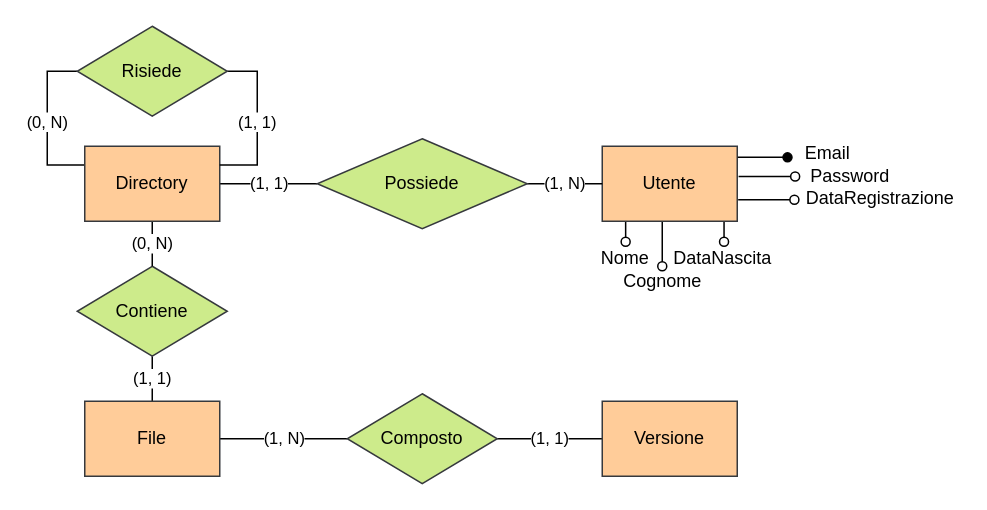
The draw.io diagram page "Scheletro" (2 of 9) of Concettuale/db.drawio in alemazzo/CloudStoreDB, before the edit. Source tidied: cells renumbered, new cells numbered last; positions are measured from the earlier drawing's top-left corner, leaving out a move shared by most shapes. Both pictures are drawn from the tidied source at 150%, with x=0, y=0 at pixel (76, 26).
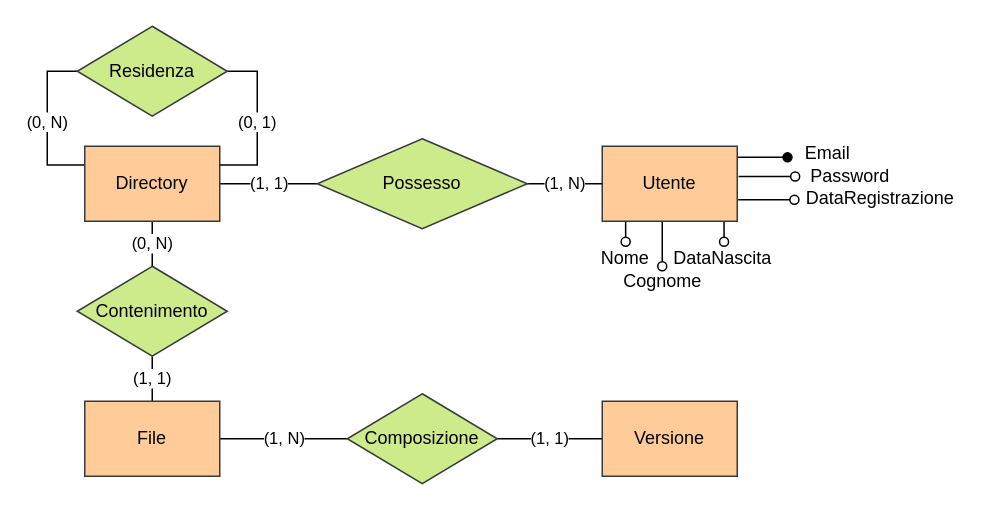
The same page after the edit.

The change refers to these unchanged cells:
```xml
<mxCell id="13" value="Directory" style="whiteSpace=wrap;html=1;align=center;fillColor=#ffcc99;strokeColor=#36393d;" parent="1" vertex="1">
  <mxGeometry x="5" y="80" width="90" height="50" as="geometry" />
</mxCell>
```

The edit, as a diff of the source:
```diff
@@
-    <mxCell id="7" value="Contiene" style="shape=rhombus;perimeter=rhombusPerimeter;whiteSpace=wrap;html=1;align=center;fillColor=#cdeb8b;strokeColor=#36393d;" parent="1" vertex="1">
+    <mxCell id="7" value="Contenimento" style="shape=rhombus;perimeter=rhombusPerimeter;whiteSpace=wrap;html=1;align=center;fillColor=#cdeb8b;strokeColor=#36393d;" parent="1" vertex="1">
       <mxGeometry y="160" width="100" height="60" as="geometry" />
     </mxCell>
@@
-    <mxCell id="14" value="(1, 1)" style="edgeStyle=orthogonalEdgeStyle;rounded=0;jettySize=auto;html=1;exitX=1;exitY=0.5;exitDx=0;exitDy=0;entryX=1;entryY=0.25;entryDx=0;entryDy=0;endArrow=none;endFill=0;" parent="1" edge="1" source="15" target="13">
+    <mxCell id="14" value="(0, 1)" style="edgeStyle=orthogonalEdgeStyle;rounded=0;jettySize=auto;html=1;exitX=1;exitY=0.5;exitDx=0;exitDy=0;entryX=1;entryY=0.25;entryDx=0;entryDy=0;endArrow=none;endFill=0;" parent="1" edge="1" source="15" target="13">
       <mxGeometry relative="1" as="geometry" />
     </mxCell>
-    <mxCell id="15" value="Risiede" style="shape=rhombus;perimeter=rhombusPerimeter;whiteSpace=wrap;html=1;align=center;fillColor=#cdeb8b;strokeColor=#36393d;" parent="1" vertex="1">
+    <mxCell id="15" value="Residenza" style="shape=rhombus;perimeter=rhombusPerimeter;whiteSpace=wrap;html=1;align=center;fillColor=#cdeb8b;strokeColor=#36393d;" parent="1" vertex="1">
       <mxGeometry width="100" height="60" as="geometry" />
     </mxCell>
@@
-    <mxCell id="17" value="Possiede" style="shape=rhombus;perimeter=rhombusPerimeter;whiteSpace=wrap;html=1;align=center;fillColor=#cdeb8b;strokeColor=#36393d;" parent="1" vertex="1">
+    <mxCell id="17" value="Possesso" style="shape=rhombus;perimeter=rhombusPerimeter;whiteSpace=wrap;html=1;align=center;fillColor=#cdeb8b;strokeColor=#36393d;" parent="1" vertex="1">
       <mxGeometry x="160" y="75" width="140" height="60" as="geometry" />
     </mxCell>
@@
-    <mxCell id="19" value="Composto" style="shape=rhombus;perimeter=rhombusPerimeter;whiteSpace=wrap;html=1;align=center;fillColor=#cdeb8b;strokeColor=#36393d;" parent="1" vertex="1">
+    <mxCell id="19" value="Composizione" style="shape=rhombus;perimeter=rhombusPerimeter;whiteSpace=wrap;html=1;align=center;fillColor=#cdeb8b;strokeColor=#36393d;" parent="1" vertex="1">
       <mxGeometry x="180" y="245" width="100" height="60" as="geometry" />
     </mxCell>
```
